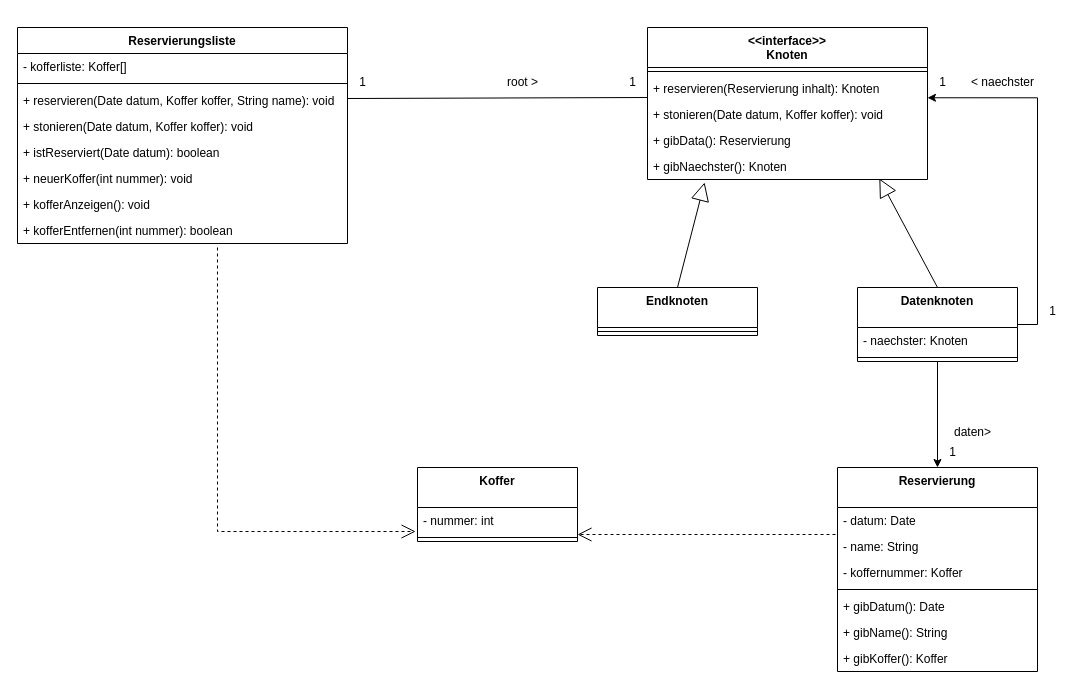
The draw.io diagram Klassendiagramm.drawio in Klette80/Ipadkofferleihsystem, before the edit. Source tidied: cells renumbered, new cells numbered last; positions are measured from the earlier drawing's top-left corner, leaving out a move shared by most shapes. Both pictures are drawn from the tidied source at 100%, with x=0, y=0 at pixel (17, 17).
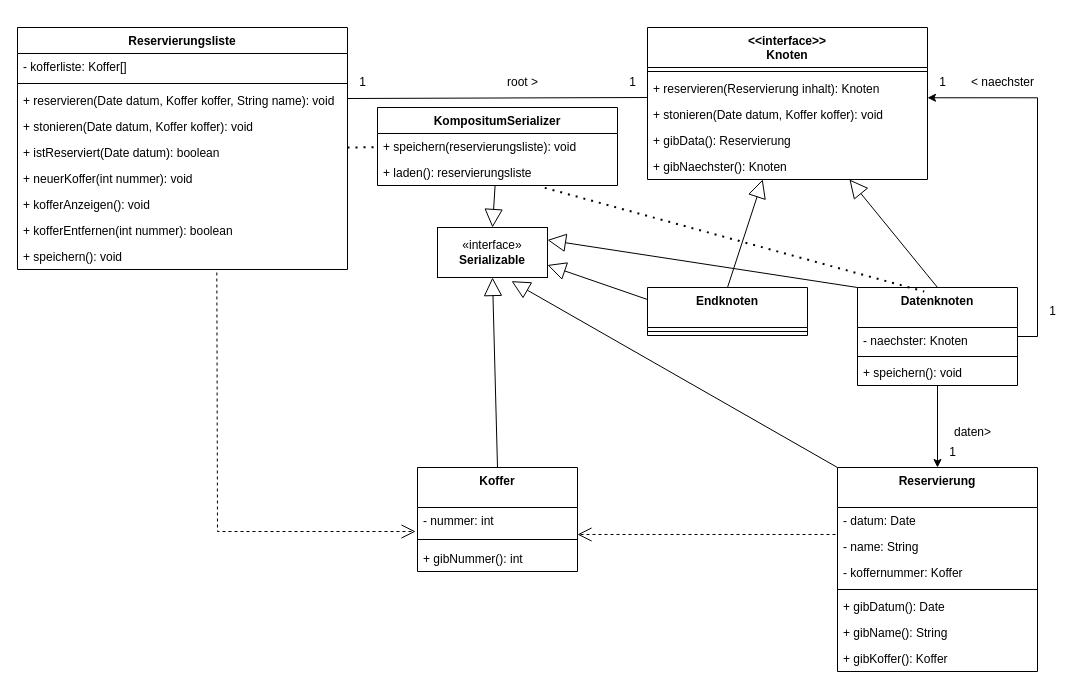
The same page after the edit.

The change refers to these unchanged cells:
```xml
<mxCell id="2" value="Reservierung" style="swimlane;fontStyle=1;align=center;verticalAlign=top;horizontal=1;startSize=40;" parent="1" vertex="1">
  <mxGeometry x="820" y="450" width="200" height="204" as="geometry" />
</mxCell>
<mxCell id="18" value="+ kofferEntfernen(int nummer): boolean" style="text;strokeColor=none;fillColor=none;align=left;verticalAlign=top;spacingLeft=4;spacingRight=4;overflow=hidden;points=[[0,0.5],[1,0.5]];portConstraint=eastwest;" parent="10" vertex="1">
  <mxGeometry y="190" width="330" height="26" as="geometry" />
</mxCell>
<mxCell id="28" value="&lt;&lt;interface&gt;&gt;&#10;Knoten" style="swimlane;fontStyle=1;align=center;verticalAlign=top;horizontal=1;startSize=40;" parent="1" vertex="1">
  <mxGeometry x="630" y="10" width="280" height="152" as="geometry" />
</mxCell>
<mxCell id="33" value="+ gibNaechster(): Knoten" style="text;strokeColor=none;fillColor=none;align=left;verticalAlign=top;spacingLeft=4;spacingRight=4;overflow=hidden;points=[[0,0.5],[1,0.5]];portConstraint=eastwest;" parent="28" vertex="1">
  <mxGeometry y="126" width="280" height="26" as="geometry" />
</mxCell>
<mxCell id="41" value="- nummer: int" style="text;strokeColor=none;fillColor=none;align=left;verticalAlign=top;spacingLeft=4;spacingRight=4;overflow=hidden;points=[[0,0.5],[1,0.5]];portConstraint=eastwest;" parent="40" vertex="1">
  <mxGeometry y="40" width="160" height="26" as="geometry" />
</mxCell>
```

What changed in the source:
```diff
@@
     <mxCell id="10" value="Reservierungsliste" style="swimlane;fontStyle=1;align=center;verticalAlign=top;horizontal=1;startSize=26;" parent="1" vertex="1">
-      <mxGeometry y="10" width="330" height="216" as="geometry" />
+      <mxGeometry y="10" width="330" height="242" as="geometry" />
     </mxCell>
@@
+    <mxCell id="49" value="+ speichern(): void" style="text;strokeColor=none;fillColor=none;align=left;verticalAlign=top;spacingLeft=4;spacingRight=4;overflow=hidden;points=[[0,0.5],[1,0.5]];portConstraint=eastwest;" parent="10" vertex="1">
+      <mxGeometry y="216" width="330" height="26" as="geometry" />
+    </mxCell>
@@
     <mxCell id="21" value="Datenknoten" style="swimlane;fontStyle=1;align=center;verticalAlign=top;horizontal=1;startSize=40;" parent="1" vertex="1">
-      <mxGeometry x="840" y="270" width="160" height="74" as="geometry" />
+      <mxGeometry x="840" y="270" width="160" height="98" as="geometry" />
     </mxCell>
@@
     <mxCell id="23" style="line;strokeWidth=1;fillColor=none;align=left;verticalAlign=middle;spacingTop=-1;spacingLeft=3;spacingRight=3;labelPosition=right;strokeColor=inherit;" parent="21" vertex="1">
-      <mxGeometry y="66" width="160" height="8" as="geometry" />
+      <mxGeometry y="66" width="160" height="6" as="geometry" />
     </mxCell>
+    <mxCell id="50" value="+ speichern(): void" style="text;strokeColor=none;fillColor=none;align=left;verticalAlign=top;spacingLeft=4;spacingRight=4;overflow=hidden;" parent="21" vertex="1">
+      <mxGeometry y="72" width="160" height="26" as="geometry" />
+    </mxCell>
@@
     <mxCell id="26" value="Endknoten" style="swimlane;fontStyle=1;align=center;verticalAlign=top;horizontal=1;startSize=40;" parent="1" vertex="1">
-      <mxGeometry x="580" y="270" width="160" height="48" as="geometry" />
+      <mxGeometry x="630" y="270" width="160" height="48" as="geometry" />
     </mxCell>
@@
-    <mxCell id="34" style="endArrow=block;endSize=16;endFill=0;html=1;rounded=0;exitX=0.5;exitY=0;exitDx=0;exitDy=0;entryX=0.204;entryY=1.115;entryDx=0;entryDy=0;entryPerimeter=0;" parent="1" edge="1" source="26" target="33">
+    <mxCell id="34" style="endArrow=block;endSize=16;endFill=0;html=1;rounded=0;exitX=0.5;exitY=0;exitDx=0;exitDy=0;" parent="1" edge="1" source="26" target="28">
       <mxGeometry relative="1" as="geometry" />
     </mxCell>
-    <mxCell id="35" style="endArrow=block;endSize=16;endFill=0;html=1;rounded=0;exitX=0.5;exitY=0;exitDx=0;exitDy=0;entryX=0.828;entryY=0.962;entryDx=0;entryDy=0;entryPerimeter=0;" parent="1" edge="1" source="21" target="33">
+    <mxCell id="35" style="endArrow=block;endSize=16;endFill=0;html=1;rounded=0;exitX=0.5;exitY=0;exitDx=0;exitDy=0;" parent="1" edge="1" source="21" target="28">
       <mxGeometry relative="1" as="geometry" />
     </mxCell>
@@
     <mxCell id="40" value="Koffer" style="swimlane;fontStyle=1;align=center;verticalAlign=top;horizontal=1;startSize=40;" parent="1" vertex="1">
-      <mxGeometry x="400" y="450" width="160" height="74" as="geometry" />
+      <mxGeometry x="400" y="450" width="160" height="104" as="geometry" />
     </mxCell>
@@
     <mxCell id="42" style="line;strokeWidth=1;fillColor=none;align=left;verticalAlign=middle;spacingTop=-1;spacingLeft=3;spacingRight=3;labelPosition=right;strokeColor=inherit;" parent="40" vertex="1">
-      <mxGeometry y="66" width="160" height="8" as="geometry" />
+      <mxGeometry y="66" width="160" height="12" as="geometry" />
     </mxCell>
+    <mxCell id="51" value="+ gibNummer(): int" style="text;strokeColor=none;fillColor=none;align=left;verticalAlign=top;spacingLeft=4;spacingRight=4;overflow=hidden;" parent="40" vertex="1">
+      <mxGeometry y="78" width="160" height="26" as="geometry" />
+    </mxCell>
@@
-    <mxCell id="48" style="endArrow=open;endSize=12;dashed=1;html=1;rounded=0;exitX=0.606;exitY=1.154;exitDx=0;exitDy=0;exitPerimeter=0;entryX=-0.012;entryY=0.923;entryDx=0;entryDy=0;entryPerimeter=0;" parent="1" edge="1" source="18" target="41">
+    <mxCell id="48" style="endArrow=open;endSize=12;dashed=1;html=1;rounded=0;entryX=-0.012;entryY=0.923;entryDx=0;entryDy=0;entryPerimeter=0;exitX=0.604;exitY=1.115;exitDx=0;exitDy=0;exitPerimeter=0;" parent="1" edge="1" source="49" target="41">
       <mxGeometry relative="1" as="geometry">
         <Array as="points">
           <mxPoint x="200" y="514" />
         </Array>
       </mxGeometry>
     </mxCell>
+    <mxCell id="52" value="KompositumSerializer" style="swimlane;fontStyle=1;align=center;verticalAlign=top;horizontal=1;startSize=26;whiteSpace=wrap;html=1;" parent="1" vertex="1">
+      <mxGeometry x="360" y="90" width="240" height="78" as="geometry" />
+    </mxCell>
+    <mxCell id="53" value="+ speichern(reservierungsliste): void" style="text;strokeColor=none;fillColor=none;align=left;verticalAlign=top;spacingLeft=4;spacingRight=4;overflow=hidden;whiteSpace=wrap;html=1;" parent="52" vertex="1">
+      <mxGeometry y="26" width="240" height="26" as="geometry" />
+    </mxCell>
+    <mxCell id="54" value="+ laden(): reservierungsliste" style="text;strokeColor=none;fillColor=none;align=left;verticalAlign=top;spacingLeft=4;spacingRight=4;overflow=hidden;points=[[0,0.5],[1,0.5]];portConstraint=eastwest;whiteSpace=wrap;html=1;" parent="52" vertex="1">
+      <mxGeometry y="52" width="240" height="26" as="geometry" />
+    </mxCell>
+    <mxCell id="55" value="«interface»&lt;br&gt;&lt;b&gt;Serializable&lt;/b&gt;" style="html=1;whiteSpace=wrap;" parent="1" vertex="1">
+      <mxGeometry x="420" y="210" width="110" height="50" as="geometry" />
+    </mxCell>
+    <mxCell id="56" style="endArrow=block;endSize=16;endFill=0;html=1;rounded=0;exitX=0.5;exitY=0;exitDx=0;exitDy=0;entryX=0.5;entryY=1;entryDx=0;entryDy=0;" parent="1" edge="1" source="40" target="55">
+      <mxGeometry relative="1" as="geometry" />
+    </mxCell>
+    <mxCell id="57" style="endArrow=block;endSize=16;endFill=0;html=1;rounded=0;exitX=0;exitY=0;exitDx=0;exitDy=0;entryX=0.673;entryY=1.073;entryDx=0;entryDy=0;entryPerimeter=0;" parent="1" edge="1" source="2" target="55">
+      <mxGeometry relative="1" as="geometry" />
+    </mxCell>
+    <mxCell id="58" style="endArrow=block;endSize=16;endFill=0;html=1;rounded=0;exitX=0;exitY=0;exitDx=0;exitDy=0;entryX=1;entryY=0.25;entryDx=0;entryDy=0;" parent="1" edge="1" source="21" target="55">
+      <mxGeometry relative="1" as="geometry" />
+    </mxCell>
+    <mxCell id="59" style="endArrow=block;endSize=16;endFill=0;html=1;rounded=0;entryX=0.5;entryY=0;entryDx=0;entryDy=0;" parent="1" edge="1" source="52" target="55">
+      <mxGeometry relative="1" as="geometry" />
+    </mxCell>
+    <mxCell id="60" style="endArrow=block;endSize=16;endFill=0;html=1;rounded=0;exitX=0;exitY=0.25;exitDx=0;exitDy=0;entryX=1;entryY=0.75;entryDx=0;entryDy=0;" parent="1" edge="1" source="26" target="55">
+      <mxGeometry relative="1" as="geometry" />
+    </mxCell>
+    <mxCell id="61" style="endArrow=none;dashed=1;html=1;dashPattern=1 3;strokeWidth=2;rounded=0;" parent="1" edge="1" source="10" target="52">
+      <mxGeometry relative="1" as="geometry" />
+    </mxCell>
+    <mxCell id="62" style="endArrow=none;dashed=1;html=1;dashPattern=1 3;strokeWidth=2;rounded=0;entryX=0.417;entryY=0.041;entryDx=0;entryDy=0;entryPerimeter=0;exitX=0.697;exitY=1.09;exitDx=0;exitDy=0;exitPerimeter=0;" parent="1" edge="1" source="54" target="21">
+      <mxGeometry relative="1" as="geometry" />
+    </mxCell>
```
